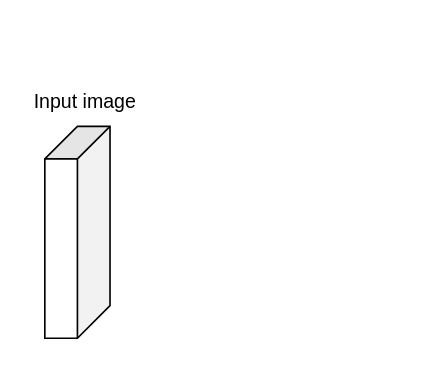
semihhdemirel/semihhdemirel keeps this draw.io diagram as proposed_network.drawio. Above is the earlier version. Source tidied: cells renumbered, new cells numbered last; positions are measured from the earlier drawing's top-left corner, leaving out a move shared by most shapes. Both pictures are drawn from the tidied source at 163%, with x=0, y=0 at pixel (28, 77).
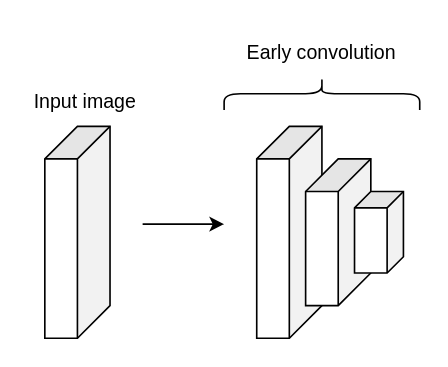
Above is the later version.

Diff of the diagram source:
```diff
@@
 <mxGraphModel>
   <root>
     <mxCell id="0" />
     <mxCell id="1" parent="0" />
     <mxCell id="2" style="shape=cube;whiteSpace=wrap;html=1;boundedLbl=1;backgroundOutline=1;darkOpacity=0.05;darkOpacity2=0.1;direction=south;" parent="1" vertex="1">
       <mxGeometry x="10" y="30" width="40" height="130" as="geometry" />
     </mxCell>
     <mxCell id="3" value="Input image" style="text;html=1;align=center;verticalAlign=middle;whiteSpace=wrap;rounded=0;" parent="1" vertex="1">
       <mxGeometry width="70" height="30" as="geometry" />
     </mxCell>
+    <mxCell id="4" style="endArrow=classic;html=1;rounded=0;" parent="1" edge="1">
+      <mxGeometry relative="1" as="geometry">
+        <mxPoint x="70" y="90" as="sourcePoint" />
+        <mxPoint x="120" y="90" as="targetPoint" />
+      </mxGeometry>
+    </mxCell>
+    <mxCell id="5" style="shape=cube;whiteSpace=wrap;html=1;boundedLbl=1;backgroundOutline=1;darkOpacity=0.05;darkOpacity2=0.1;direction=south;size=20;" parent="1" vertex="1">
+      <mxGeometry x="140" y="30" width="40" height="130" as="geometry" />
+    </mxCell>
+    <mxCell id="6" style="shape=cube;whiteSpace=wrap;html=1;boundedLbl=1;backgroundOutline=1;darkOpacity=0.05;darkOpacity2=0.1;direction=south;" parent="1" vertex="1">
+      <mxGeometry x="170" y="50" width="40" height="90" as="geometry" />
+    </mxCell>
+    <mxCell id="7" style="shape=cube;whiteSpace=wrap;html=1;boundedLbl=1;backgroundOutline=1;darkOpacity=0.05;darkOpacity2=0.1;direction=south;size=10;" parent="1" vertex="1">
+      <mxGeometry x="200" y="70" width="30" height="50" as="geometry" />
+    </mxCell>
+    <mxCell id="8" style="shape=curlyBracket;whiteSpace=wrap;html=1;rounded=1;flipH=1;labelPosition=right;verticalLabelPosition=middle;align=left;verticalAlign=middle;rotation=-90;" parent="1" vertex="1">
+      <mxGeometry x="170" y="-50" width="20" height="120" as="geometry" />
+    </mxCell>
+    <mxCell id="9" value="Early convolution" style="text;html=1;align=center;verticalAlign=middle;whiteSpace=wrap;rounded=0;" parent="1" vertex="1">
+      <mxGeometry x="130" y="-30" width="100" height="30" as="geometry" />
+    </mxCell>
   </root>
 </mxGraphModel>
```
